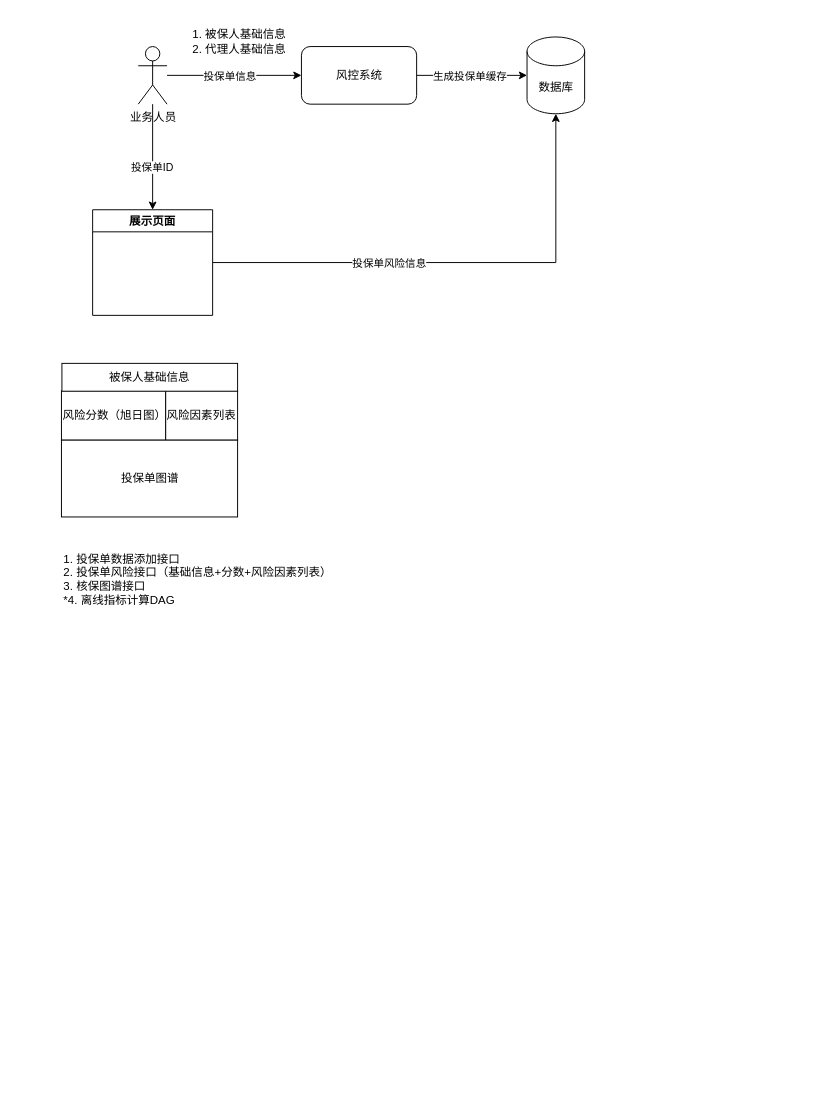
This is 太平/underwritting.drawio from XiaoLiuAI/diagrams, a draw.io file, before an edit. Source tidied: cells renumbered, new cells numbered last; positions are measured from the earlier drawing's top-left corner, leaving out a move shared by most shapes. Both pictures are drawn from the tidied source at 96%, with x=0, y=0 at pixel (60, 27).
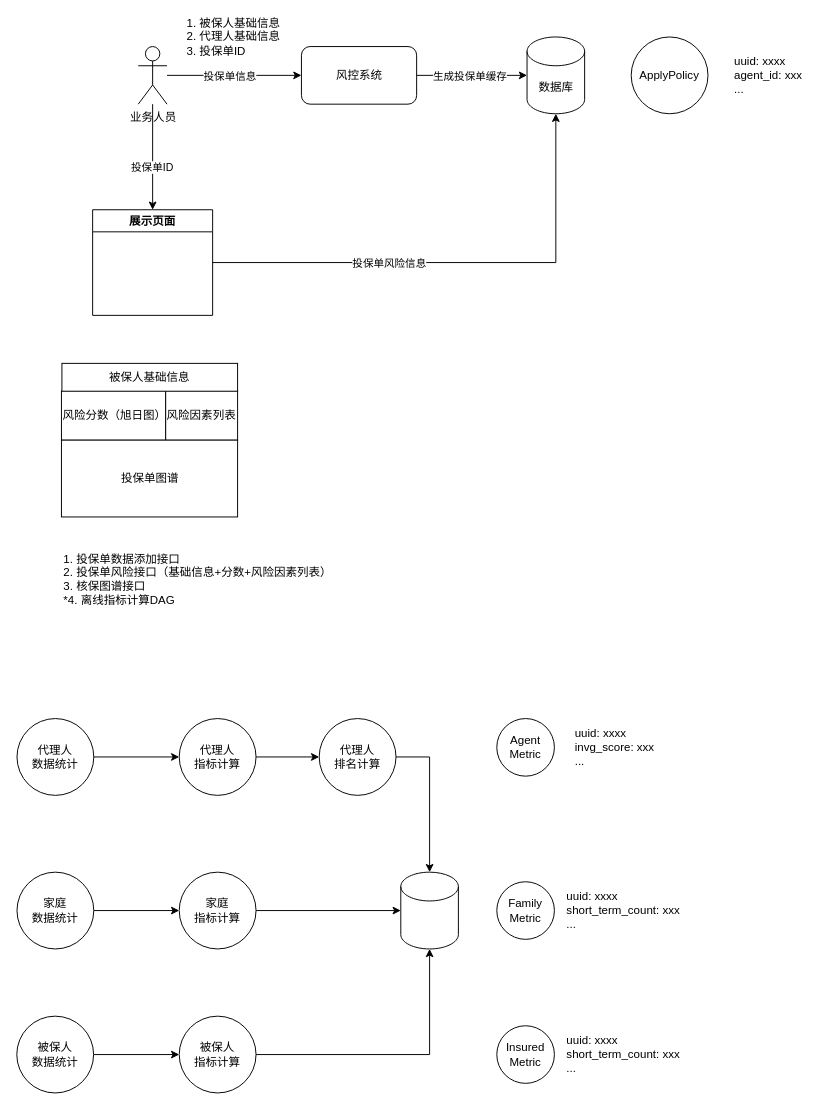
After the change.

The edit, as a diff of the source:
```diff
@@
-    <mxCell id="11" value="1. 被保人基础信息&lt;br&gt;&lt;div style=&quot;text-align: left;&quot;&gt;&lt;span style=&quot;background-color: initial;&quot;&gt;2. 代理人基础信息&lt;/span&gt;&lt;/div&gt;" style="text;html=1;strokeColor=none;fillColor=none;align=center;verticalAlign=middle;whiteSpace=wrap;rounded=0;" parent="1" vertex="1">
-      <mxGeometry x="135.5" width="100" height="30" as="geometry" />
+    <mxCell id="11" value="1. 被保人基础信息&lt;br&gt;&lt;div style=&quot;text-align: left;&quot;&gt;&lt;span style=&quot;background-color: initial;&quot;&gt;2. 代理人基础信息&lt;/span&gt;&lt;/div&gt;&lt;div style=&quot;text-align: left;&quot;&gt;&lt;span style=&quot;background-color: initial;&quot;&gt;3. 投保单ID&lt;/span&gt;&lt;/div&gt;" style="text;html=1;strokeColor=none;fillColor=none;align=center;verticalAlign=middle;whiteSpace=wrap;rounded=0;" parent="1" vertex="1">
+      <mxGeometry x="124" y="-10" width="111.5" height="40" as="geometry" />
     </mxCell>
@@
+    <mxCell id="20" style="edgeStyle=orthogonalEdgeStyle;rounded=0;jettySize=auto;html=1;" parent="1" edge="1" source="21" target="27">
+      <mxGeometry relative="1" as="geometry" />
+    </mxCell>
+    <mxCell id="21" value="代理人&lt;br&gt;数据统计" style="ellipse;whiteSpace=wrap;html=1;" parent="1" vertex="1">
+      <mxGeometry x="-45.8" y="720" width="80" height="80" as="geometry" />
+    </mxCell>
+    <mxCell id="22" style="edgeStyle=orthogonalEdgeStyle;rounded=0;jettySize=auto;html=1;entryX=0;entryY=0.5;entryDx=0;entryDy=0;" parent="1" edge="1" source="23" target="29">
+      <mxGeometry relative="1" as="geometry" />
+    </mxCell>
+    <mxCell id="23" value="家庭&lt;br&gt;数据统计" style="ellipse;whiteSpace=wrap;html=1;" parent="1" vertex="1">
+      <mxGeometry x="-45.8" y="880" width="80" height="80" as="geometry" />
+    </mxCell>
+    <mxCell id="24" style="edgeStyle=orthogonalEdgeStyle;rounded=0;jettySize=auto;html=1;entryX=0;entryY=0.5;entryDx=0;entryDy=0;" parent="1" edge="1" source="25" target="30">
+      <mxGeometry relative="1" as="geometry" />
+    </mxCell>
+    <mxCell id="25" value="被保人&lt;br&gt;数据统计" style="ellipse;whiteSpace=wrap;html=1;" parent="1" vertex="1">
+      <mxGeometry x="-46" y="1030" width="80" height="80" as="geometry" />
+    </mxCell>
+    <mxCell id="26" style="edgeStyle=orthogonalEdgeStyle;rounded=0;jettySize=auto;html=1;entryX=0;entryY=0.5;entryDx=0;entryDy=0;" parent="1" edge="1" source="27" target="31">
+      <mxGeometry relative="1" as="geometry" />
+    </mxCell>
+    <mxCell id="27" value="代理人&lt;br&gt;指标计算" style="ellipse;whiteSpace=wrap;html=1;" parent="1" vertex="1">
+      <mxGeometry x="123.2" y="720" width="80" height="80" as="geometry" />
+    </mxCell>
+    <mxCell id="28" style="edgeStyle=orthogonalEdgeStyle;rounded=0;jettySize=auto;html=1;" parent="1" edge="1" source="29" target="32">
+      <mxGeometry relative="1" as="geometry" />
+    </mxCell>
+    <mxCell id="29" value="家庭&lt;br&gt;指标计算" style="ellipse;whiteSpace=wrap;html=1;" parent="1" vertex="1">
+      <mxGeometry x="123.2" y="880" width="80" height="80" as="geometry" />
+    </mxCell>
+    <mxCell id="30" value="被保人&lt;br&gt;指标计算" style="ellipse;whiteSpace=wrap;html=1;" parent="1" vertex="1">
+      <mxGeometry x="123.2" y="1030" width="80" height="80" as="geometry" />
+    </mxCell>
+    <mxCell id="31" value="代理人&lt;br&gt;排名计算" style="ellipse;whiteSpace=wrap;html=1;" parent="1" vertex="1">
+      <mxGeometry x="269" y="720" width="80" height="80" as="geometry" />
+    </mxCell>
+    <mxCell id="32" style="shape=cylinder3;whiteSpace=wrap;html=1;boundedLbl=1;backgroundOutline=1;size=15;" parent="1" vertex="1">
+      <mxGeometry x="354" y="880" width="60" height="80" as="geometry" />
+    </mxCell>
+    <mxCell id="33" style="edgeStyle=orthogonalEdgeStyle;rounded=0;jettySize=auto;html=1;entryX=0.5;entryY=0;entryDx=0;entryDy=0;entryPerimeter=0;" parent="1" edge="1" source="31" target="32">
+      <mxGeometry relative="1" as="geometry" />
+    </mxCell>
+    <mxCell id="34" style="edgeStyle=orthogonalEdgeStyle;rounded=0;jettySize=auto;html=1;entryX=0.5;entryY=1;entryDx=0;entryDy=0;entryPerimeter=0;" parent="1" edge="1" source="30" target="32">
+      <mxGeometry relative="1" as="geometry" />
+    </mxCell>
+    <mxCell id="35" style="group;" parent="1" vertex="1">
+      <mxGeometry x="454" y="720" width="171.5" height="60" as="geometry" />
+    </mxCell>
+    <mxCell id="36" value="Agent&lt;br&gt;Metric" style="ellipse;whiteSpace=wrap;html=1;" parent="35" vertex="1">
+      <mxGeometry width="60" height="60" as="geometry" />
+    </mxCell>
+    <mxCell id="37" value="&lt;div style=&quot;text-align: left;&quot;&gt;&lt;span style=&quot;background-color: initial;&quot;&gt;uuid: xxxx&lt;/span&gt;&lt;/div&gt;&lt;div style=&quot;text-align: left;&quot;&gt;&lt;span style=&quot;background-color: initial;&quot;&gt;invg_score: xxx&lt;/span&gt;&lt;/div&gt;&lt;div style=&quot;text-align: left;&quot;&gt;&lt;span style=&quot;background-color: initial;&quot;&gt;...&lt;/span&gt;&lt;/div&gt;" style="text;html=1;strokeColor=none;fillColor=none;align=center;verticalAlign=middle;whiteSpace=wrap;rounded=0;" parent="35" vertex="1">
+      <mxGeometry x="73.5" y="15" width="98" height="30" as="geometry" />
+    </mxCell>
+    <mxCell id="38" style="group;" parent="1" vertex="1">
+      <mxGeometry x="454" y="890" width="220" height="60" as="geometry" />
+    </mxCell>
+    <mxCell id="39" value="Family&lt;br&gt;Metric" style="ellipse;whiteSpace=wrap;html=1;" parent="38" vertex="1">
+      <mxGeometry width="60" height="60" as="geometry" />
+    </mxCell>
+    <mxCell id="40" value="&lt;div style=&quot;text-align: left;&quot;&gt;&lt;span style=&quot;background-color: initial;&quot;&gt;uuid: xxxx&lt;/span&gt;&lt;/div&gt;&lt;div style=&quot;text-align: left;&quot;&gt;&lt;span style=&quot;background-color: initial;&quot;&gt;short_term_count: xxx&lt;/span&gt;&lt;/div&gt;&lt;div style=&quot;text-align: left;&quot;&gt;&lt;span style=&quot;background-color: initial;&quot;&gt;...&lt;/span&gt;&lt;/div&gt;" style="text;html=1;strokeColor=none;fillColor=none;align=center;verticalAlign=middle;whiteSpace=wrap;rounded=0;" parent="38" vertex="1">
+      <mxGeometry x="68.5" y="15" width="125.7" height="30" as="geometry" />
+    </mxCell>
+    <mxCell id="41" style="group;" parent="1" vertex="1">
+      <mxGeometry x="454" y="1040" width="220" height="60" as="geometry" />
+    </mxCell>
+    <mxCell id="42" value="Insured&lt;br&gt;Metric" style="ellipse;whiteSpace=wrap;html=1;" parent="41" vertex="1">
+      <mxGeometry width="60" height="60" as="geometry" />
+    </mxCell>
+    <mxCell id="43" value="&lt;div style=&quot;text-align: left;&quot;&gt;&lt;span style=&quot;background-color: initial;&quot;&gt;uuid: xxxx&lt;/span&gt;&lt;/div&gt;&lt;div style=&quot;text-align: left;&quot;&gt;&lt;span style=&quot;background-color: initial;&quot;&gt;short_term_count: xxx&lt;/span&gt;&lt;/div&gt;&lt;div style=&quot;text-align: left;&quot;&gt;&lt;span style=&quot;background-color: initial;&quot;&gt;...&lt;/span&gt;&lt;/div&gt;" style="text;html=1;strokeColor=none;fillColor=none;align=center;verticalAlign=middle;whiteSpace=wrap;rounded=0;" parent="41" vertex="1">
+      <mxGeometry x="68.5" y="15" width="125.7" height="30" as="geometry" />
+    </mxCell>
+    <mxCell id="44" style="group;" parent="1" vertex="1">
+      <mxGeometry x="614" y="30" width="171.5" height="60" as="geometry" />
+    </mxCell>
+    <mxCell id="45" value="ApplyPolicy" style="ellipse;whiteSpace=wrap;html=1;" parent="44" vertex="1">
+      <mxGeometry x="-20" y="-20" width="80" height="80" as="geometry" />
+    </mxCell>
+    <mxCell id="46" value="&lt;div style=&quot;text-align: left;&quot;&gt;&lt;span style=&quot;background-color: initial;&quot;&gt;uuid: xxxx&lt;/span&gt;&lt;/div&gt;&lt;div style=&quot;text-align: left;&quot;&gt;&lt;span style=&quot;background-color: initial;&quot;&gt;agent_id: xxx&lt;/span&gt;&lt;/div&gt;&lt;div style=&quot;text-align: left;&quot;&gt;&lt;span style=&quot;background-color: initial;&quot;&gt;...&lt;/span&gt;&lt;/div&gt;" style="text;html=1;strokeColor=none;fillColor=none;align=center;verticalAlign=middle;whiteSpace=wrap;rounded=0;" parent="44" vertex="1">
+      <mxGeometry x="73.5" y="5" width="98" height="30" as="geometry" />
+    </mxCell>
```
